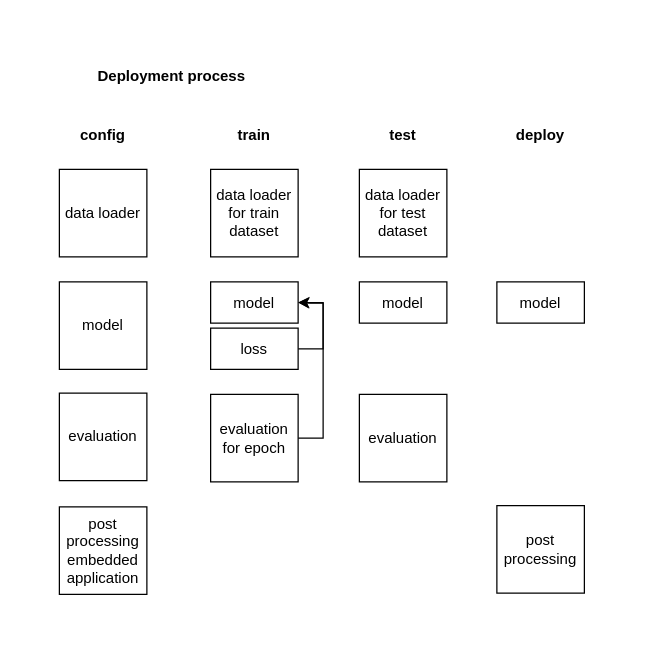
This is projects/smart_caddy+/track_ball/model_deployment_process.drawio from junho56500/beetle, a draw.io file, before an edit. Source tidied: cells renumbered, new cells numbered last; positions are measured from the earlier drawing's top-left corner, leaving out a move shared by most shapes. Both pictures are drawn from the tidied source at 125%, with x=0, y=0 at pixel (59, 56).
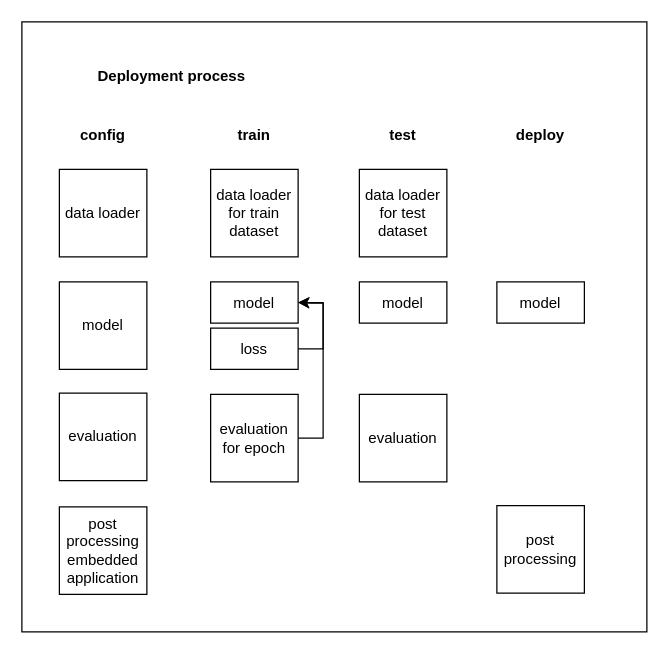
The same page after the edit.

What changed in the source:
```diff
@@
+    <mxCell id="22" style="rounded=0;whiteSpace=wrap;html=1;" parent="1" vertex="1">
+      <mxGeometry x="-30" y="-28" width="500" height="488" as="geometry" />
+    </mxCell>
```
